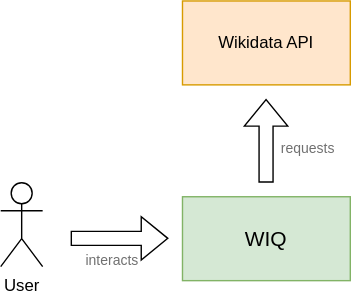
The draw.io diagram docs/images/3-BusinessContext.drawio.svg in Arquisoft/wiq_en1b, before a commit. Source tidied: cells renumbered, new cells last; positions are measured from the earlier drawing's top-left corner, leaving out a move shared by most shapes. Source of this version:
```xml
<mxGraphModel>
  <root>
    <mxCell id="0" />
    <mxCell id="1" parent="0" />
    <mxCell id="2" value="User" style="shape=umlActor;verticalLabelPosition=bottom;verticalAlign=top;html=1;" parent="1" vertex="1">
      <mxGeometry y="130" width="30" height="60" as="geometry" />
    </mxCell>
    <mxCell id="3" value="&lt;font style=&quot;font-size: 15px;&quot;&gt;WIQ&lt;/font&gt;" style="rounded=0;whiteSpace=wrap;html=1;fillColor=#d5e8d4;strokeColor=#82b366;" parent="1" vertex="1">
      <mxGeometry x="130" y="140" width="120" height="60" as="geometry" />
    </mxCell>
    <mxCell id="4" value="Wikidata API" style="rounded=0;whiteSpace=wrap;html=1;fillColor=#ffe6cc;strokeColor=#d79b00;" parent="1" vertex="1">
      <mxGeometry x="130" width="120" height="60" as="geometry" />
    </mxCell>
    <mxCell id="5" style="shape=flexArrow;endArrow=classic;html=1;rounded=0;" parent="1" edge="1">
      <mxGeometry relative="1" as="geometry">
        <mxPoint x="50" y="169.8" as="sourcePoint" />
        <mxPoint x="120" y="169.8" as="targetPoint" />
      </mxGeometry>
    </mxCell>
    <mxCell id="6" style="shape=flexArrow;endArrow=classic;html=1;rounded=0;exitX=0.5;exitY=0;exitDx=0;exitDy=0;" parent="1" edge="1">
      <mxGeometry relative="1" as="geometry">
        <mxPoint x="189.8" y="130" as="sourcePoint" />
        <mxPoint x="189.8" y="70" as="targetPoint" />
      </mxGeometry>
    </mxCell>
    <mxCell id="7" value="interacts" style="text;html=1;strokeColor=none;fillColor=none;align=center;verticalAlign=middle;whiteSpace=wrap;rounded=0;fontSize=10;fontColor=#707070;" parent="1" vertex="1">
      <mxGeometry x="50" y="170" width="60" height="30" as="geometry" />
    </mxCell>
    <mxCell id="8" value="requests" style="text;html=1;strokeColor=none;fillColor=none;align=center;verticalAlign=middle;whiteSpace=wrap;rounded=0;fontSize=10;fontColor=#707070;" parent="1" vertex="1">
      <mxGeometry x="190" y="90" width="60" height="30" as="geometry" />
    </mxCell>
  </root>
</mxGraphModel>
```
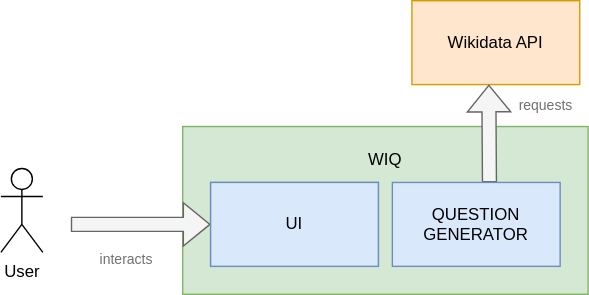
After the change.

The edit, as a diff of the source:
```diff
@@ -3,31 +3,39 @@
     <mxCell id="0" />
     <mxCell id="1" parent="0" />
     <mxCell id="2" value="User" style="shape=umlActor;verticalLabelPosition=bottom;verticalAlign=top;html=1;" parent="1" vertex="1">
-      <mxGeometry y="130" width="30" height="60" as="geometry" />
+      <mxGeometry y="170" width="30" height="60" as="geometry" />
     </mxCell>
-    <mxCell id="3" value="&lt;font style=&quot;font-size: 15px;&quot;&gt;WIQ&lt;/font&gt;" style="rounded=0;whiteSpace=wrap;html=1;fillColor=#d5e8d4;strokeColor=#82b366;" parent="1" vertex="1">
-      <mxGeometry x="130" y="140" width="120" height="60" as="geometry" />
+    <mxCell id="3" value="&lt;br&gt;WIQ&lt;br&gt;&lt;br&gt;&lt;br&gt;&lt;br&gt;&lt;br&gt;&lt;br&gt;&lt;br&gt;" style="rounded=0;whiteSpace=wrap;html=1;fillColor=#d5e8d4;strokeColor=#82b366;" parent="1" vertex="1">
+      <mxGeometry x="130" y="140" width="290" height="120" as="geometry" />
     </mxCell>
     <mxCell id="4" value="Wikidata API" style="rounded=0;whiteSpace=wrap;html=1;fillColor=#ffe6cc;strokeColor=#d79b00;" parent="1" vertex="1">
-      <mxGeometry x="130" width="120" height="60" as="geometry" />
+      <mxGeometry x="294" y="50" width="120" height="60" as="geometry" />
     </mxCell>
-    <mxCell id="5" style="shape=flexArrow;endArrow=classic;html=1;rounded=0;" parent="1" edge="1">
+    <mxCell id="5" style="shape=flexArrow;endArrow=classic;html=1;rounded=0;entryX=0;entryY=0.5;entryDx=0;entryDy=0;fillColor=#f5f5f5;strokeColor=#666666;" parent="1" edge="1" target="10">
       <mxGeometry relative="1" as="geometry">
-        <mxPoint x="50" y="169.8" as="sourcePoint" />
-        <mxPoint x="120" y="169.8" as="targetPoint" />
+        <mxPoint x="50" y="210" as="sourcePoint" />
       </mxGeometry>
     </mxCell>
-    <mxCell id="6" style="shape=flexArrow;endArrow=classic;html=1;rounded=0;exitX=0.5;exitY=0;exitDx=0;exitDy=0;" parent="1" edge="1">
+    <mxCell id="6" style="shape=flexArrow;endArrow=classic;html=1;rounded=0;exitX=0.5;exitY=0;exitDx=0;exitDy=0;fillColor=#f5f5f5;strokeColor=#666666;" parent="1" edge="1">
       <mxGeometry relative="1" as="geometry">
-        <mxPoint x="189.8" y="130" as="sourcePoint" />
-        <mxPoint x="189.8" y="70" as="targetPoint" />
+        <mxPoint x="349.4" y="180" as="sourcePoint" />
+        <mxPoint x="349" y="110" as="targetPoint" />
       </mxGeometry>
     </mxCell>
     <mxCell id="7" value="interacts" style="text;html=1;strokeColor=none;fillColor=none;align=center;verticalAlign=middle;whiteSpace=wrap;rounded=0;fontSize=10;fontColor=#707070;" parent="1" vertex="1">
-      <mxGeometry x="50" y="170" width="60" height="30" as="geometry" />
+      <mxGeometry x="60" y="220" width="60" height="30" as="geometry" />
     </mxCell>
     <mxCell id="8" value="requests" style="text;html=1;strokeColor=none;fillColor=none;align=center;verticalAlign=middle;whiteSpace=wrap;rounded=0;fontSize=10;fontColor=#707070;" parent="1" vertex="1">
-      <mxGeometry x="190" y="90" width="60" height="30" as="geometry" />
+      <mxGeometry x="360" y="110" width="60" height="30" as="geometry" />
     </mxCell>
+    <mxCell id="9" style="rounded=0;whiteSpace=wrap;html=1;fillColor=#dae8fc;strokeColor=#6c8ebf;" parent="1" vertex="1">
+      <mxGeometry x="150" y="180" width="120" height="60" as="geometry" />
+    </mxCell>
+    <mxCell id="10" value="UI" style="rounded=0;whiteSpace=wrap;html=1;fillColor=#dae8fc;strokeColor=#6c8ebf;" parent="1" vertex="1">
+      <mxGeometry x="150" y="180" width="120" height="60" as="geometry" />
+    </mxCell>
+    <mxCell id="11" value="QUESTION GENERATOR" style="rounded=0;whiteSpace=wrap;html=1;fillColor=#dae8fc;strokeColor=#6c8ebf;" parent="1" vertex="1">
+      <mxGeometry x="280" y="180" width="120" height="60" as="geometry" />
+    </mxCell>
   </root>
 </mxGraphModel>
```
